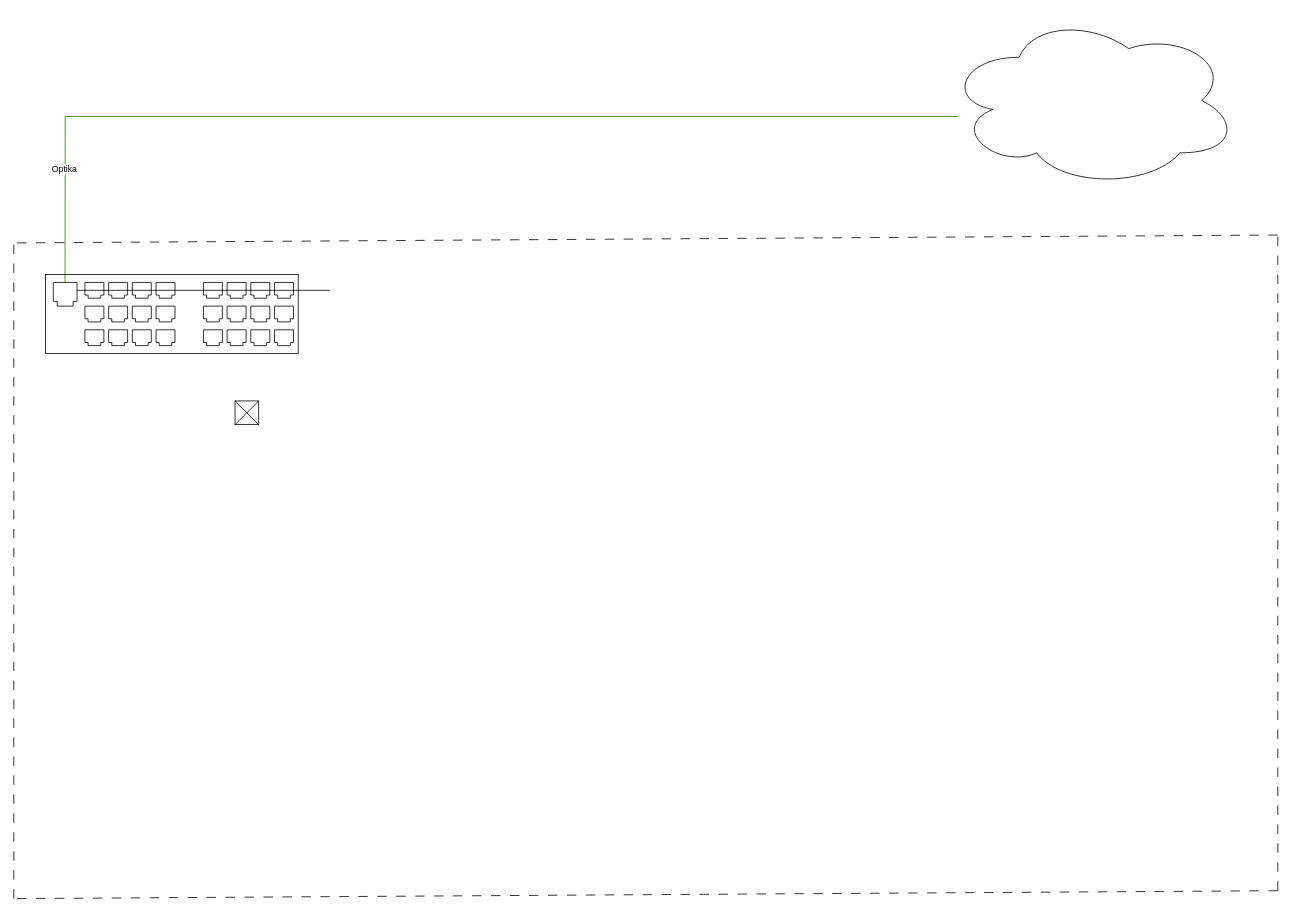
Above: Untitled Diagram.drawio in Pino-Tortellino/Implementation-Schemes (draw.io), before the change. Source tidied: cells renumbered, new cells numbered last; positions are measured from the earlier drawing's top-left corner, leaving out a move shared by most shapes. Both pictures are drawn from the tidied source at 79%, with x=0, y=0 at pixel (13, 13).
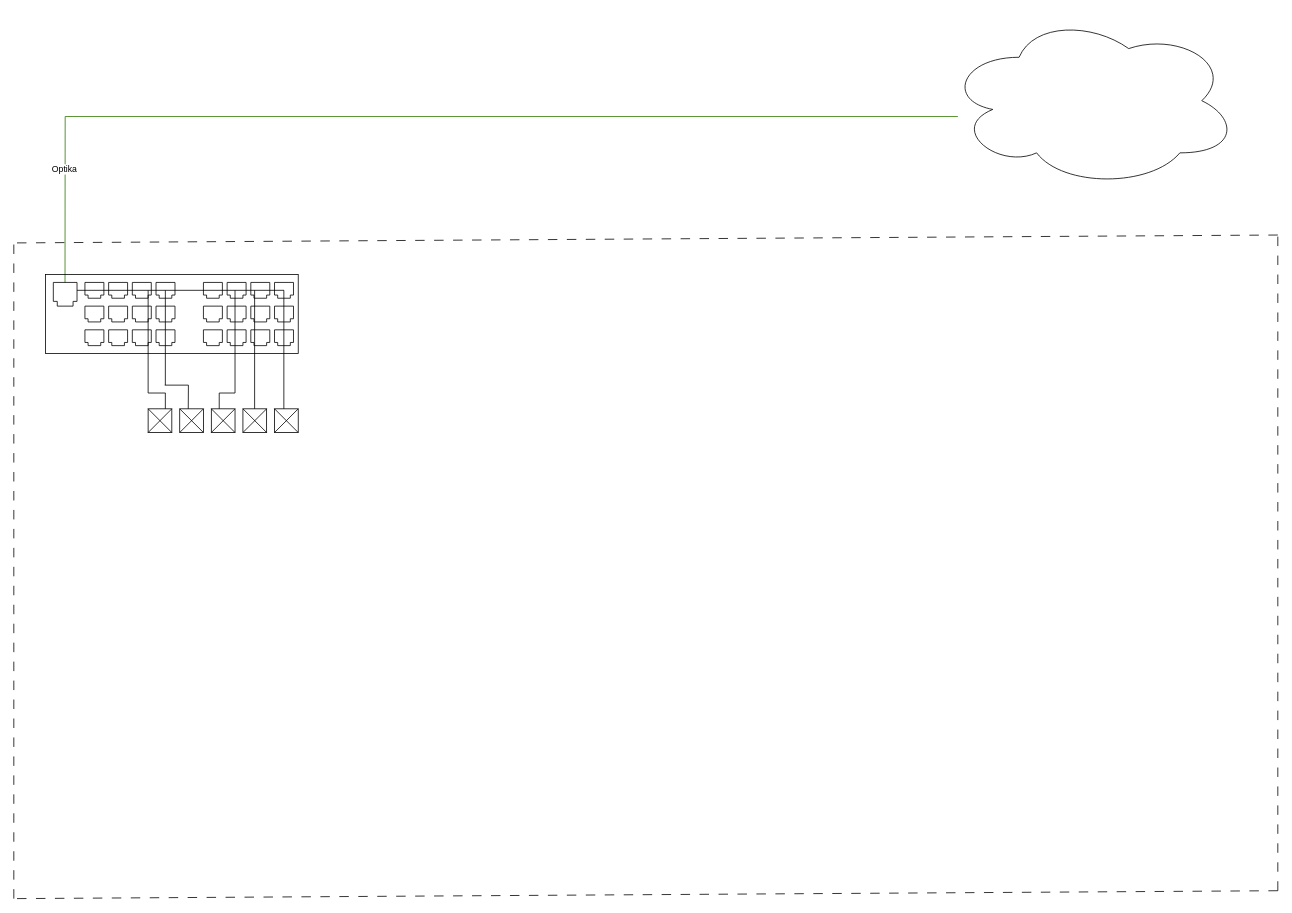
The same page after the edit.

The change refers to these unchanged cells:
```xml
<mxCell id="101" style="group;" parent="1" vertex="1">
  <mxGeometry x="180" y="370" width="24" height="20" as="geometry" />
</mxCell>
<mxCell id="209" style="group;" parent="1" vertex="1">
  <mxGeometry x="330" y="370" width="24" height="20" as="geometry" />
</mxCell>
```

Diff of the diagram source:
```diff
@@
+    <mxCell id="241" style="endArrow=none;html=1;rounded=0;strokeColor=light-dark(#000000,#FF9A03);" parent="101" edge="1">
+      <mxGeometry relative="1" as="geometry">
+        <mxPoint x="11.8" y="-20" as="sourcePoint" />
+        <mxPoint x="11.8" y="100" as="targetPoint" />
+      </mxGeometry>
+    </mxCell>
@@
+    <mxCell id="242" style="endArrow=none;html=1;rounded=0;strokeColor=light-dark(#000000,#FF9A03);" parent="209" edge="1">
+      <mxGeometry relative="1" as="geometry">
+        <mxPoint x="11.8" y="-20" as="sourcePoint" />
+        <mxPoint x="11.8" y="130" as="targetPoint" />
+      </mxGeometry>
+    </mxCell>
@@
     <mxCell id="236" style="endArrow=none;html=1;rounded=0;strokeColor=light-dark(#000000,#FF9A03);" parent="1" edge="1">
       <mxGeometry relative="1" as="geometry">
-        <mxPoint x="400" y="350" as="sourcePoint" />
+        <mxPoint x="342" y="350" as="sourcePoint" />
         <mxPoint x="80" y="350" as="targetPoint" />
       </mxGeometry>
     </mxCell>
     <mxCell id="237" style="group;" parent="1" vertex="1">
-      <mxGeometry x="280" y="490" width="30" height="30" as="geometry" />
+      <mxGeometry x="330" y="500" width="30" height="30" as="geometry" />
     </mxCell>
@@
+    <mxCell id="243" style="group;" parent="1" vertex="1">
+      <mxGeometry x="290" y="500" width="30" height="30" as="geometry" />
+    </mxCell>
+    <mxCell id="244" style="whiteSpace=wrap;html=1;fillColor=none;" parent="243" vertex="1">
+      <mxGeometry width="30" height="30" as="geometry" />
+    </mxCell>
+    <mxCell id="245" style="endArrow=none;html=1;rounded=0;exitX=1;exitY=1;exitDx=0;exitDy=0;" parent="243" edge="1" source="244">
+      <mxGeometry relative="1" as="geometry">
+        <mxPoint as="targetPoint" />
+      </mxGeometry>
+    </mxCell>
+    <mxCell id="246" style="endArrow=none;html=1;rounded=0;" parent="243" edge="1">
+      <mxGeometry relative="1" as="geometry">
+        <mxPoint y="30" as="sourcePoint" />
+        <mxPoint x="30" as="targetPoint" />
+      </mxGeometry>
+    </mxCell>
+    <mxCell id="247" style="group;" parent="1" vertex="1">
+      <mxGeometry x="250" y="500" width="30" height="30" as="geometry" />
+    </mxCell>
+    <mxCell id="248" style="whiteSpace=wrap;html=1;fillColor=none;" parent="247" vertex="1">
+      <mxGeometry width="30" height="30" as="geometry" />
+    </mxCell>
+    <mxCell id="249" style="endArrow=none;html=1;rounded=0;exitX=1;exitY=1;exitDx=0;exitDy=0;" parent="247" edge="1" source="248">
+      <mxGeometry relative="1" as="geometry">
+        <mxPoint as="targetPoint" />
+      </mxGeometry>
+    </mxCell>
+    <mxCell id="250" style="endArrow=none;html=1;rounded=0;" parent="247" edge="1">
+      <mxGeometry relative="1" as="geometry">
+        <mxPoint y="30" as="sourcePoint" />
+        <mxPoint x="30" as="targetPoint" />
+      </mxGeometry>
+    </mxCell>
+    <mxCell id="251" style="group;" parent="1" vertex="1">
+      <mxGeometry x="210" y="500" width="30" height="30" as="geometry" />
+    </mxCell>
+    <mxCell id="252" style="whiteSpace=wrap;html=1;fillColor=none;" parent="251" vertex="1">
+      <mxGeometry width="30" height="30" as="geometry" />
+    </mxCell>
+    <mxCell id="253" style="endArrow=none;html=1;rounded=0;exitX=1;exitY=1;exitDx=0;exitDy=0;" parent="251" edge="1" source="252">
+      <mxGeometry relative="1" as="geometry">
+        <mxPoint as="targetPoint" />
+      </mxGeometry>
+    </mxCell>
+    <mxCell id="254" style="endArrow=none;html=1;rounded=0;" parent="251" edge="1">
+      <mxGeometry relative="1" as="geometry">
+        <mxPoint y="30" as="sourcePoint" />
+        <mxPoint x="30" as="targetPoint" />
+      </mxGeometry>
+    </mxCell>
+    <mxCell id="255" style="group;" parent="1" vertex="1">
+      <mxGeometry x="170" y="500" width="30" height="30" as="geometry" />
+    </mxCell>
+    <mxCell id="256" style="whiteSpace=wrap;html=1;fillColor=none;" parent="255" vertex="1">
+      <mxGeometry width="30" height="30" as="geometry" />
+    </mxCell>
+    <mxCell id="257" style="endArrow=none;html=1;rounded=0;exitX=1;exitY=1;exitDx=0;exitDy=0;" parent="255" edge="1" source="256">
+      <mxGeometry relative="1" as="geometry">
+        <mxPoint as="targetPoint" />
+      </mxGeometry>
+    </mxCell>
+    <mxCell id="258" style="endArrow=none;html=1;rounded=0;" parent="255" edge="1">
+      <mxGeometry relative="1" as="geometry">
+        <mxPoint y="30" as="sourcePoint" />
+        <mxPoint x="30" as="targetPoint" />
+      </mxGeometry>
+    </mxCell>
+    <mxCell id="259" style="endArrow=none;html=1;rounded=0;strokeColor=light-dark(#000000,#FF9A03);" parent="1" edge="1">
+      <mxGeometry relative="1" as="geometry">
+        <mxPoint x="304.8" y="350" as="sourcePoint" />
+        <mxPoint x="304.8" y="500" as="targetPoint" />
+      </mxGeometry>
+    </mxCell>
+    <mxCell id="260" style="endArrow=none;html=1;rounded=0;strokeColor=light-dark(#000000,#FF9A03);" parent="1" edge="1">
+      <mxGeometry relative="1" as="geometry">
+        <mxPoint x="280" y="350" as="sourcePoint" />
+        <mxPoint x="280" y="480" as="targetPoint" />
+      </mxGeometry>
+    </mxCell>
+    <mxCell id="261" style="endArrow=none;html=1;rounded=0;strokeColor=light-dark(#000000,#FF9A03);" parent="1" edge="1">
+      <mxGeometry relative="1" as="geometry">
+        <mxPoint x="280" y="480" as="sourcePoint" />
+        <mxPoint x="260" y="480" as="targetPoint" />
+      </mxGeometry>
+    </mxCell>
+    <mxCell id="262" style="endArrow=none;html=1;rounded=0;strokeColor=light-dark(#000000,#FF9A03);" parent="1" edge="1">
+      <mxGeometry relative="1" as="geometry">
+        <mxPoint x="260" y="480" as="sourcePoint" />
+        <mxPoint x="260" y="500" as="targetPoint" />
+      </mxGeometry>
+    </mxCell>
+    <mxCell id="263" style="endArrow=none;html=1;rounded=0;strokeColor=light-dark(#000000,#FF9A03);" parent="1" edge="1">
+      <mxGeometry relative="1" as="geometry">
+        <mxPoint x="221" y="470" as="sourcePoint" />
+        <mxPoint x="220.8" y="500" as="targetPoint" />
+      </mxGeometry>
+    </mxCell>
+    <mxCell id="264" style="endArrow=none;html=1;rounded=0;strokeColor=light-dark(#000000,#FF9A03);" parent="1" edge="1">
+      <mxGeometry relative="1" as="geometry">
+        <mxPoint x="191.8" y="480" as="sourcePoint" />
+        <mxPoint x="191.8" y="500" as="targetPoint" />
+      </mxGeometry>
+    </mxCell>
+    <mxCell id="265" style="endArrow=none;html=1;rounded=0;strokeColor=light-dark(#000000,#FF9A03);" parent="1" edge="1">
+      <mxGeometry relative="1" as="geometry">
+        <mxPoint x="191" y="470" as="sourcePoint" />
+        <mxPoint x="221" y="470" as="targetPoint" />
+      </mxGeometry>
+    </mxCell>
+    <mxCell id="266" style="endArrow=none;html=1;rounded=0;strokeColor=light-dark(#000000,#FF9A03);" parent="1" edge="1">
+      <mxGeometry relative="1" as="geometry">
+        <mxPoint x="192" y="480" as="sourcePoint" />
+        <mxPoint x="170" y="480" as="targetPoint" />
+      </mxGeometry>
+    </mxCell>
+    <mxCell id="267" style="endArrow=none;html=1;rounded=0;strokeColor=light-dark(#000000,#FF9A03);" parent="1" edge="1">
+      <mxGeometry relative="1" as="geometry">
+        <mxPoint x="170" y="350" as="sourcePoint" />
+        <mxPoint x="170" y="480" as="targetPoint" />
+      </mxGeometry>
+    </mxCell>
```
